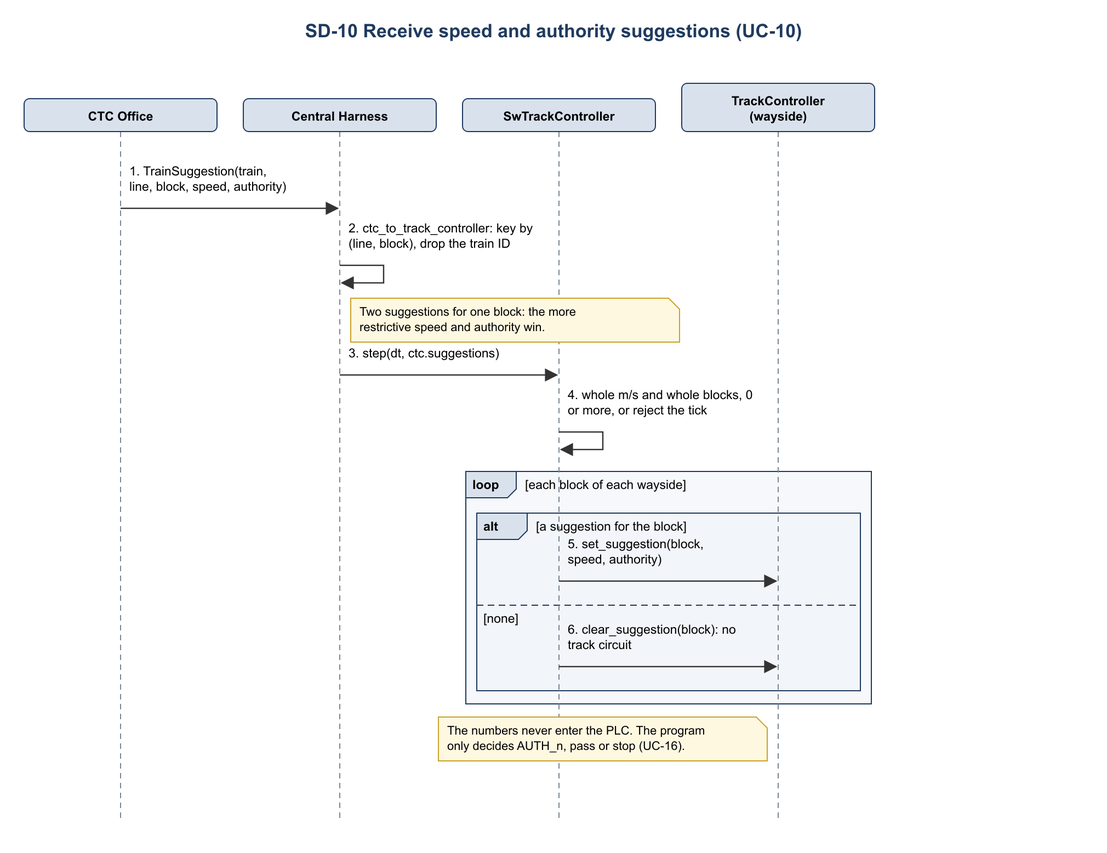
Above: documents/uml/track_ctrl_sw/sequence/sd10_receive_suggestions.png in Landiss04/Track-Overflow (Mermaid), before the change. Its source is kept beside it as documents/uml/track_ctrl_sw/sequence/sd10_receive_suggestions.mmd. The source it was exported from:
```mermaid
sequenceDiagram
    autonumber
    participant CTC as CTC Office
    participant H as Central Harness
    participant M as SwTrackController
    participant W as TrackController (wayside)
    CTC->>H: TrainSuggestion(train, line, block, speed, authority)
    H->>H: ctc_to_track_controller: key by (line, block), drop the train ID
    Note right of H: Two suggestions for one block: the more restrictive speed and authority win.
    H->>M: step(dt, ctc.suggestions)
    M->>M: whole m/s and whole blocks, 0 or more, or reject the tick
    loop each block of each wayside
        alt a suggestion for the block
            M->>W: set_suggestion(block, speed, authority)
        else none
            M->>W: clear_suggestion(block): no track circuit
        end
    end
    Note right of W: The numbers never enter the PLC. The program only decides AUTH_n, pass or stop (UC-16).
```
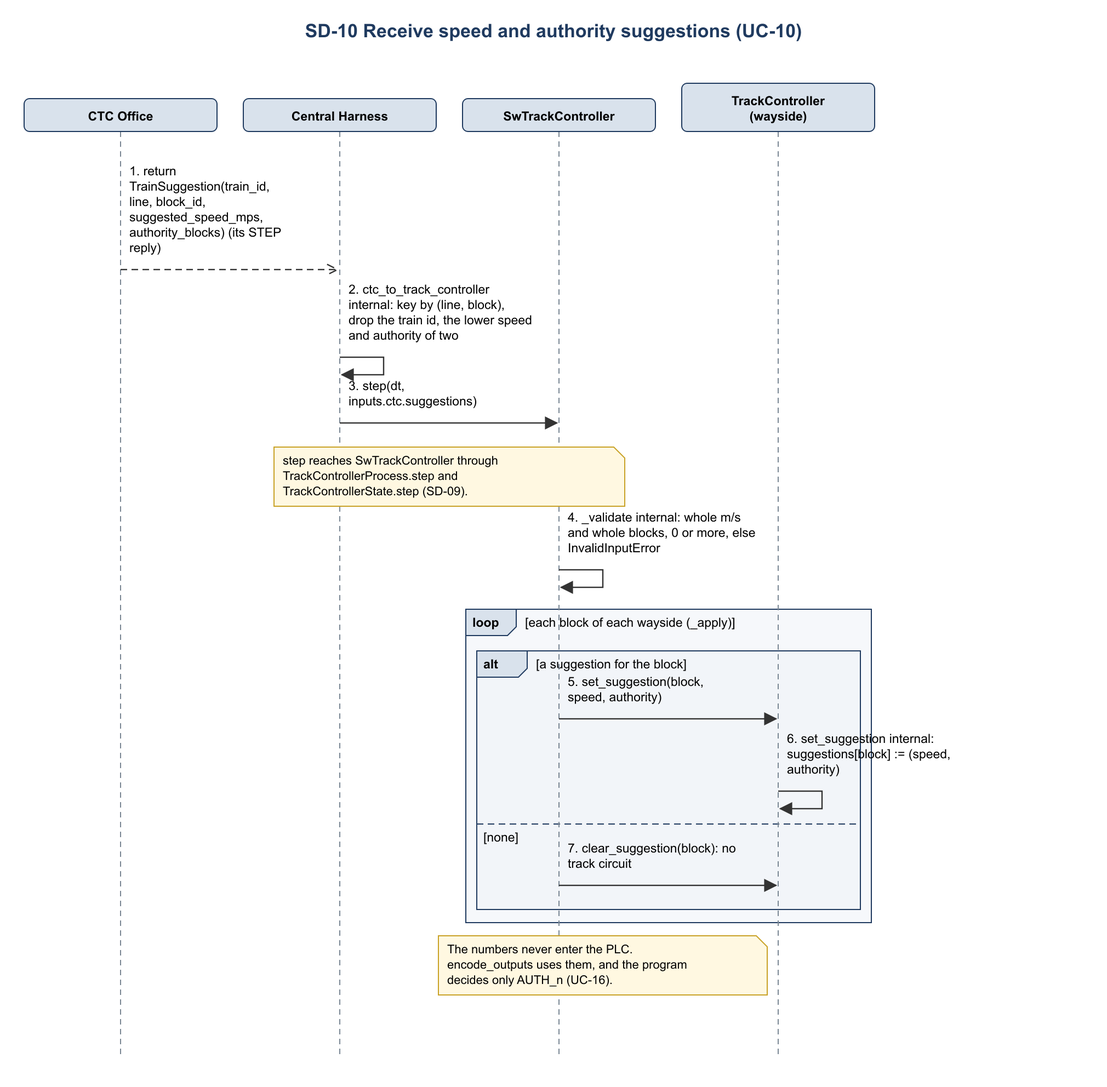
Later version of the same file.

The edit, as a diff of the source:
```diff
@@ -4,16 +4,17 @@
     participant H as Central Harness
     participant M as SwTrackController
     participant W as TrackController (wayside)
-    CTC->>H: TrainSuggestion(train, line, block, speed, authority)
-    H->>H: ctc_to_track_controller: key by (line, block), drop the train ID
-    Note right of H: Two suggestions for one block: the more restrictive speed and authority win.
-    H->>M: step(dt, ctc.suggestions)
-    M->>M: whole m/s and whole blocks, 0 or more, or reject the tick
-    loop each block of each wayside
+    CTC-->>H: return TrainSuggestion(train_id, line, block_id, suggested_speed_mps, authority_blocks) (its STEP reply)
+    H->>H: ctc_to_track_controller internal: key by (line, block), drop the train id, the lower speed and authority of two
+    H->>M: step(dt, inputs.ctc.suggestions)
+    Note over H,M: step reaches SwTrackController through TrackControllerProcess.step and TrackControllerState.step (SD-09).
+    M->>M: _validate internal: whole m/s and whole blocks, 0 or more, else InvalidInputError
+    loop each block of each wayside (_apply)
         alt a suggestion for the block
             M->>W: set_suggestion(block, speed, authority)
+            W->>W: set_suggestion internal: suggestions[block] := (speed, authority)
         else none
             M->>W: clear_suggestion(block): no track circuit
         end
     end
-    Note right of W: The numbers never enter the PLC. The program only decides AUTH_n, pass or stop (UC-16).
+    Note right of W: The numbers never enter the PLC. encode_outputs uses them, and the program decides only AUTH_n (UC-16).
```
